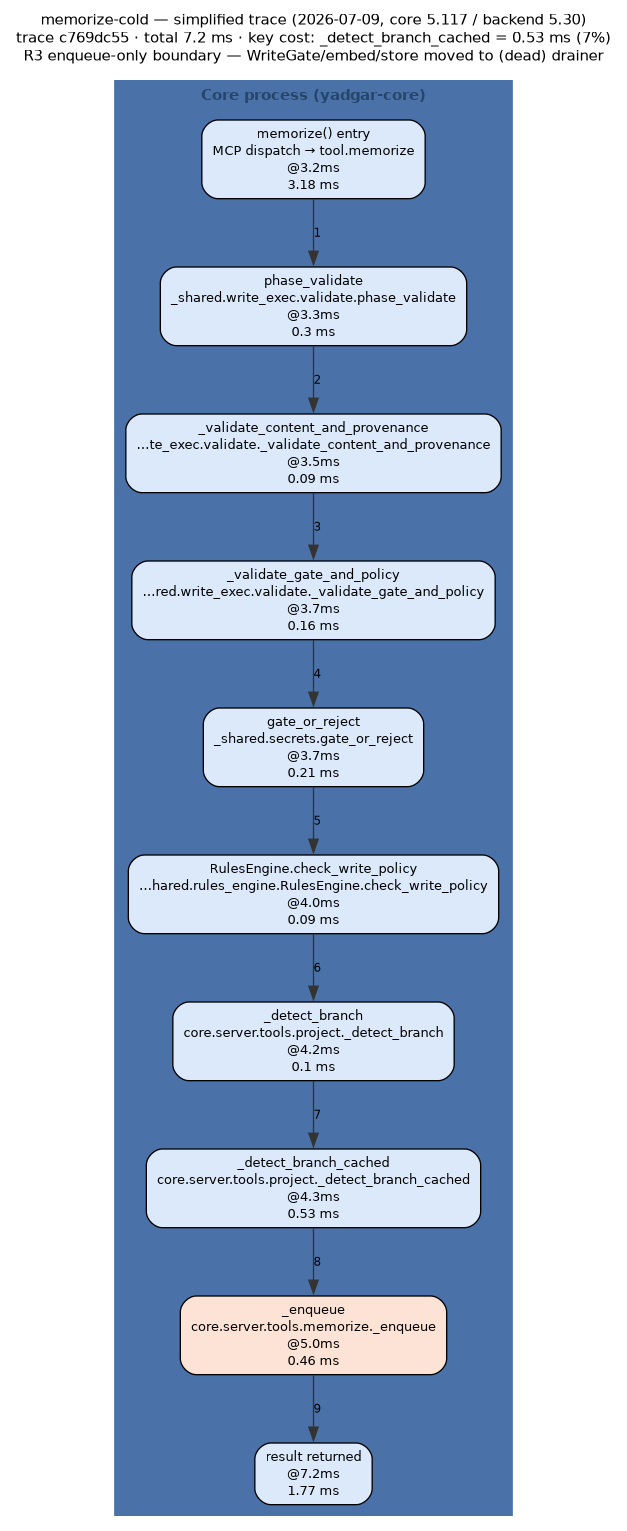
The Graphviz diagram docs/diagrams/out/memorize-cold-trace-2026-07-09.png in m-agahi/yadgar, before a commit. Its source is kept beside it as docs/diagrams/out/memorize-cold-trace-2026-07-09.dot.
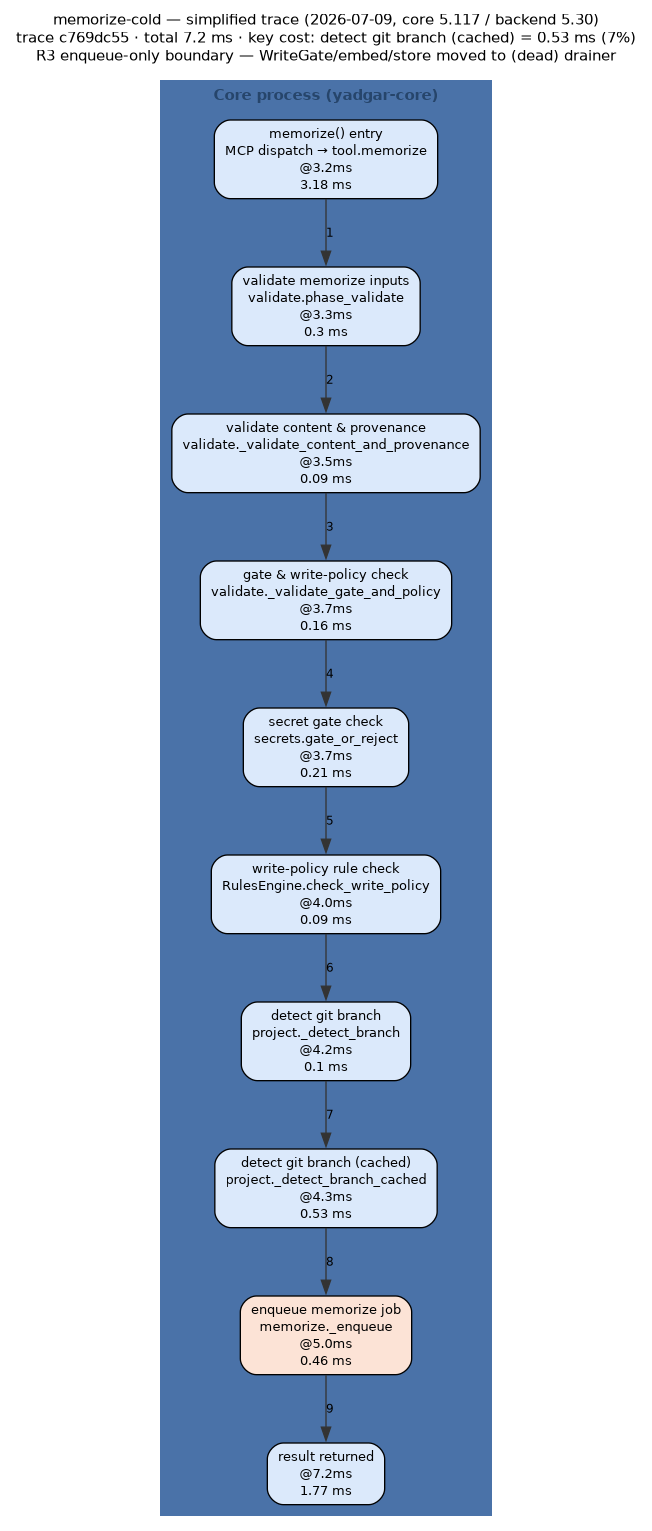
The same file after the commit.

What changed in the source:
```diff
@@ -8,7 +8,7 @@
   node  [fontname="Helvetica", fontsize=10];
   edge  [fontname="Helvetica", fontsize=9];
   label="memorize-cold — simplified trace (2026-07-09, core 5.117 / backend 5.30)
-trace c769dc55 · total 7.2 ms · key cost: _detect_branch_cached = 0.53 ms (7%)\nR3 enqueue-only boundary — WriteGate/embed/store moved to (dead) drainer";
+trace c769dc55 · total 7.2 ms · key cost: detect git branch (cached) = 0.53 ms (7%)\nR3 enqueue-only boundary — WriteGate/embed/store moved to (dead) drainer";
   subgraph "cluster_core" {
     label="Core process (yadgar-core)";
     style=filled;
@@ -17,14 +17,14 @@
     fontcolor="#26456b";
     fontname="Helvetica-Bold";
     "entry" [shape="box", style="rounded,filled", fillcolor="#dbe9fb", label="memorize() entry\nMCP dispatch → tool.memorize\n@3.2ms\n3.18 ms"];
-    "s0" [shape="box", style="rounded,filled", fillcolor="#dbe9fb", label="phase_validate\n_shared.write_exec.validate.phase_validate\n@3.3ms\n0.3 ms"];
-    "s1" [shape="box", style="rounded,filled", fillcolor="#dbe9fb", label="_validate_content_and_provenance\n…te_exec.validate._validate_content_and_provenance\n@3.5ms\n0.09 ms"];
-    "s2" [shape="box", style="rounded,filled", fillcolor="#dbe9fb", label="_validate_gate_and_policy\n…red.write_exec.validate._validate_gate_and_policy\n@3.7ms\n0.16 ms"];
-    "s3" [shape="box", style="rounded,filled", fillcolor="#dbe9fb", label="gate_or_reject\n_shared.secrets.gate_or_reject\n@3.7ms\n0.21 ms"];
-    "s4" [shape="box", style="rounded,filled", fillcolor="#dbe9fb", label="RulesEngine.check_write_policy\n…hared.rules_engine.RulesEngine.check_write_policy\n@4.0ms\n0.09 ms"];
-    "s5" [shape="box", style="rounded,filled", fillcolor="#dbe9fb", label="_detect_branch\ncore.server.tools.project._detect_branch\n@4.2ms\n0.1 ms"];
-    "s6" [shape="box", style="rounded,filled", fillcolor="#dbe9fb", label="_detect_branch_cached\ncore.server.tools.project._detect_branch_cached\n@4.3ms\n0.53 ms"];
-    "s7" [shape="box", style="rounded,filled", fillcolor="#fce3d6", label="_enqueue\ncore.server.tools.memorize._enqueue\n@5.0ms\n0.46 ms"];
+    "s0" [shape="box", style="rounded,filled", fillcolor="#dbe9fb", label="validate memorize inputs\nvalidate.phase_validate\n@3.3ms\n0.3 ms"];
+    "s1" [shape="box", style="rounded,filled", fillcolor="#dbe9fb", label="validate content & provenance\nvalidate._validate_content_and_provenance\n@3.5ms\n0.09 ms"];
+    "s2" [shape="box", style="rounded,filled", fillcolor="#dbe9fb", label="gate & write-policy check\nvalidate._validate_gate_and_policy\n@3.7ms\n0.16 ms"];
+    "s3" [shape="box", style="rounded,filled", fillcolor="#dbe9fb", label="secret gate check\nsecrets.gate_or_reject\n@3.7ms\n0.21 ms"];
+    "s4" [shape="box", style="rounded,filled", fillcolor="#dbe9fb", label="write-policy rule check\nRulesEngine.check_write_policy\n@4.0ms\n0.09 ms"];
+    "s5" [shape="box", style="rounded,filled", fillcolor="#dbe9fb", label="detect git branch\nproject._detect_branch\n@4.2ms\n0.1 ms"];
+    "s6" [shape="box", style="rounded,filled", fillcolor="#dbe9fb", label="detect git branch (cached)\nproject._detect_branch_cached\n@4.3ms\n0.53 ms"];
+    "s7" [shape="box", style="rounded,filled", fillcolor="#fce3d6", label="enqueue memorize job\nmemorize._enqueue\n@5.0ms\n0.46 ms"];
     "done" [shape="box", style="rounded,filled", fillcolor="#dbe9fb", label="result returned\n@7.2ms\n1.77 ms"];
   }
   "entry" -> "s0" [color="#333333", style="solid", label="1"];
```
